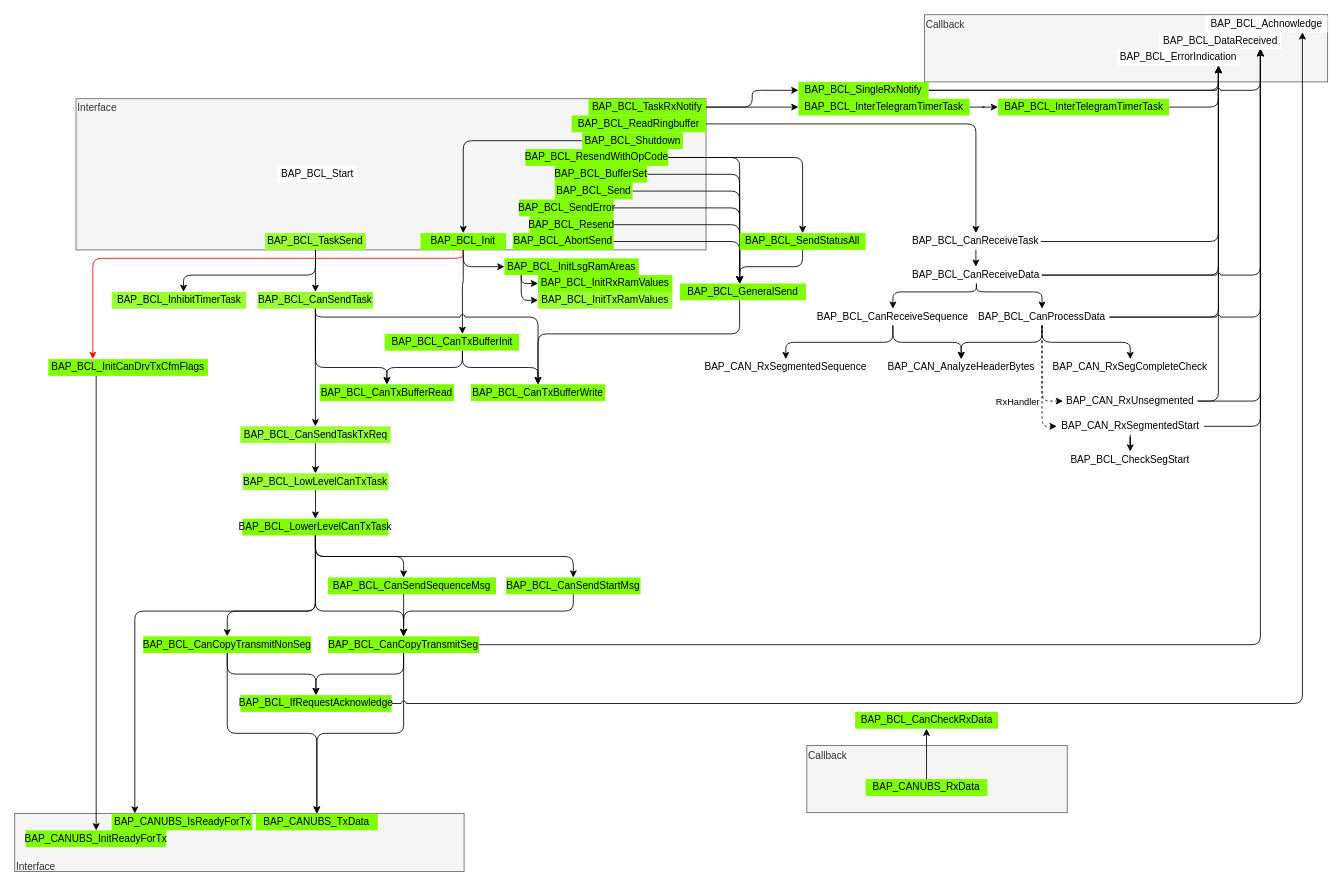
Before: Untitled Diagram.drawio in danielroehrborn/flow-design-cheatsheet, a draw.io diagram. Source tidied: cells renumbered, new cells numbered last; positions are measured from the earlier drawing's top-left corner, leaving out a move shared by most shapes. Both pictures are drawn from the tidied source at 84%, with x=0, y=0 at pixel (14, 14).
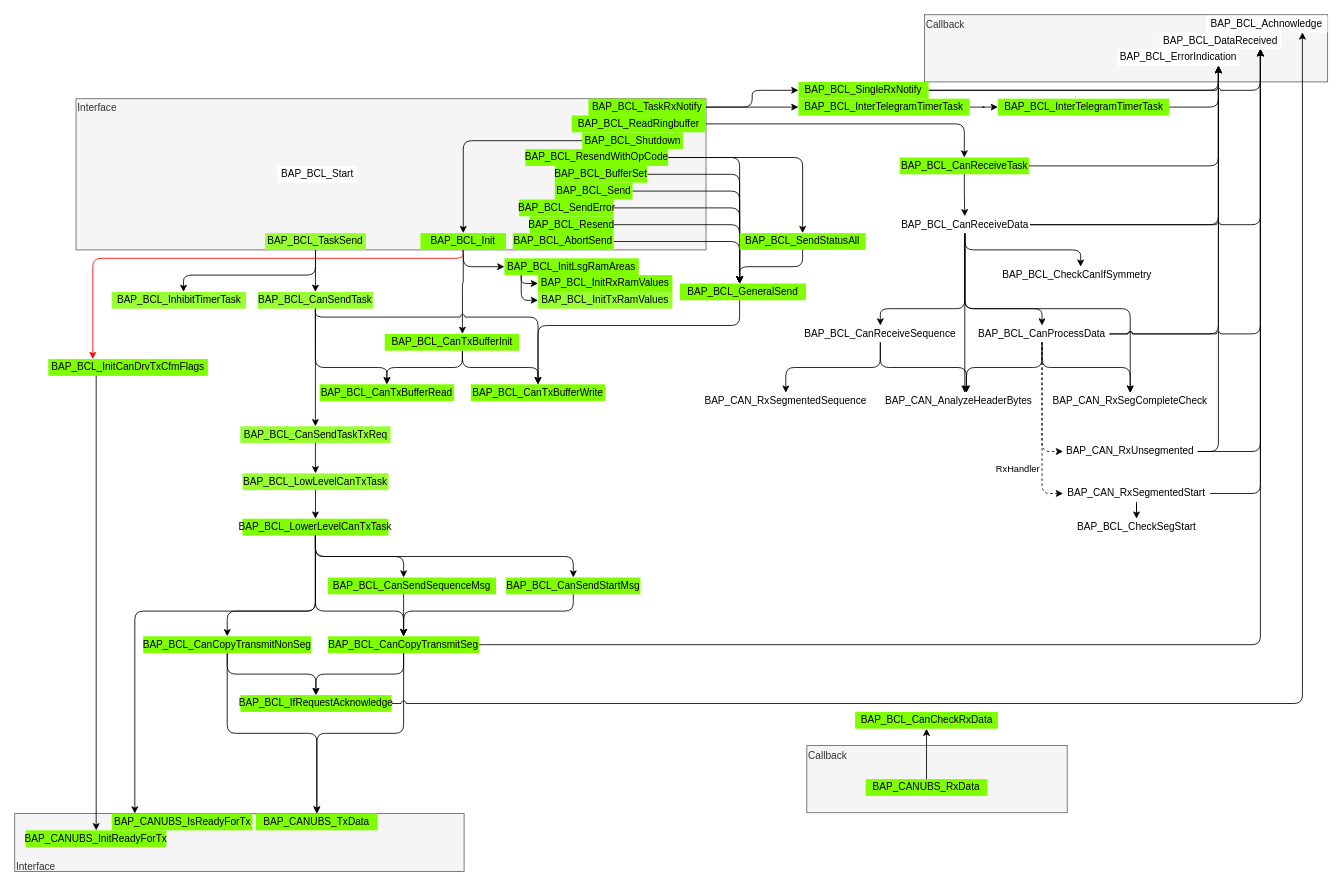
After the change.

Unchanged cells that the change refers to:
```xml
<mxCell id="46" value="BAP_BCL_GeneralSend" style="rounded=0;whiteSpace=wrap;html=1;strokeColor=none;fillColor=#80FF00;" parent="1" vertex="1">
  <mxGeometry x="792" y="320" width="150" height="20" as="geometry" />
</mxCell>
<mxCell id="62" value="BAP_BCL_CanTxBufferWrite" style="rounded=0;whiteSpace=wrap;html=1;strokeColor=none;fillColor=#80FF00;" parent="1" vertex="1">
  <mxGeometry x="543" y="440" width="160" height="20" as="geometry" />
</mxCell>
<mxCell id="83" value="BAP_BCL_ErrorIndication" style="rounded=0;whiteSpace=wrap;html=1;strokeColor=none;" parent="1" vertex="1">
  <mxGeometry x="1313" y="41" width="145" height="20" as="geometry" />
</mxCell>
<mxCell id="84" value="BAP_BCL_DataReceived" style="rounded=0;whiteSpace=wrap;html=1;strokeColor=none;" parent="1" vertex="1">
  <mxGeometry x="1363" y="21" width="145" height="20" as="geometry" />
</mxCell>
```

What changed in the source:
```diff
@@
+    <mxCell id="123" style="edgeStyle=orthogonalEdgeStyle;jumpStyle=none;jumpSize=5;jettySize=auto;html=1;entryX=0.5;entryY=0;entryDx=0;entryDy=0;" parent="1" edge="1" source="102" target="99">
+      <mxGeometry relative="1" as="geometry">
+        <Array as="points">
+          <mxPoint x="1131" y="350" />
+          <mxPoint x="1328" y="350" />
+        </Array>
+      </mxGeometry>
+    </mxCell>
@@
     <mxCell id="31" style="edgeStyle=orthogonalEdgeStyle;rounded=1;jettySize=auto;html=1;" parent="1" edge="1" source="95" target="83">
       <mxGeometry relative="1" as="geometry">
         <Array as="points">
-          <mxPoint x="1433" y="270" />
+          <mxPoint x="1433" y="180" />
         </Array>
       </mxGeometry>
     </mxCell>
     <mxCell id="32" style="edgeStyle=orthogonalEdgeStyle;rounded=1;jettySize=auto;html=1;" parent="1" edge="1" source="102" target="83">
       <mxGeometry relative="1" as="geometry">
         <Array as="points">
-          <mxPoint x="1433" y="310" />
+          <mxPoint x="1433" y="250" />
         </Array>
       </mxGeometry>
     </mxCell>
-    <mxCell id="33" style="edgeStyle=orthogonalEdgeStyle;rounded=1;jettySize=auto;html=1;strokeWidth=1;jumpStyle=none;" parent="1" edge="1" source="97" target="83">
+    <mxCell id="33" style="edgeStyle=orthogonalEdgeStyle;rounded=1;jettySize=auto;html=1;strokeWidth=1;jumpStyle=arc;" parent="1" edge="1" source="97" target="83">
       <mxGeometry relative="1" as="geometry">
         <Array as="points">
-          <mxPoint x="1433" y="360" />
+          <mxPoint x="1433" y="380" />
         </Array>
       </mxGeometry>
     </mxCell>
     <mxCell id="34" style="edgeStyle=orthogonalEdgeStyle;rounded=1;jettySize=auto;html=1;" parent="1" edge="1" source="50" target="84">
       <mxGeometry relative="1" as="geometry">
         <Array as="points">
-          <mxPoint x="1483" y="490" />
+          <mxPoint x="1483" y="570" />
         </Array>
       </mxGeometry>
     </mxCell>
     <mxCell id="35" style="edgeStyle=orthogonalEdgeStyle;rounded=1;jettySize=auto;html=1;" parent="1" edge="1" source="96" target="84">
       <mxGeometry relative="1" as="geometry">
         <Array as="points">
-          <mxPoint x="1483" y="460" />
+          <mxPoint x="1483" y="520" />
         </Array>
       </mxGeometry>
     </mxCell>
     <mxCell id="36" style="edgeStyle=orthogonalEdgeStyle;rounded=1;jettySize=auto;html=1;jumpStyle=none;strokeWidth=1;" parent="1" edge="1" source="96" target="83">
       <mxGeometry relative="1" as="geometry">
         <Array as="points">
-          <mxPoint x="1433" y="460" />
+          <mxPoint x="1433" y="520" />
         </Array>
       </mxGeometry>
     </mxCell>
@@
     <mxCell id="48" style="edgeStyle=orthogonalEdgeStyle;rounded=1;jettySize=auto;html=1;" parent="1" edge="1" source="46" target="62">
       <mxGeometry x="1081" y="-860" as="geometry">
         <Array as="points">
-          <mxPoint x="863" y="380" />
-          <mxPoint x="623" y="380" />
+          <mxPoint x="863" y="370" />
+          <mxPoint x="623" y="370" />
         </Array>
       </mxGeometry>
     </mxCell>
     <mxCell id="49" value="BAP_BCL_CheckSegStart" style="rounded=0;whiteSpace=wrap;html=1;strokeColor=none;" parent="1" vertex="1">
-      <mxGeometry x="1253" y="520" width="150" height="20" as="geometry" />
+      <mxGeometry x="1260.5" y="600" width="150" height="20" as="geometry" />
     </mxCell>
     <mxCell id="50" value="BAP_CAN_RxSegmentedStart" style="rounded=0;whiteSpace=wrap;html=1;strokeColor=none;" parent="1" vertex="1">
-      <mxGeometry x="1240.5" y="480" width="175" height="20" as="geometry" />
+      <mxGeometry x="1248" y="560" width="175" height="20" as="geometry" />
     </mxCell>
@@
     <mxCell id="52" style="edgeStyle=orthogonalEdgeStyle;rounded=1;jettySize=auto;html=1;jumpStyle=none;dashed=1;exitX=0.5;exitY=1;exitDx=0;exitDy=0;entryX=0;entryY=0.5;entryDx=0;entryDy=0;" parent="1" edge="1" source="97" target="50">
       <mxGeometry relative="1" as="geometry">
         <Array as="points">
-          <mxPoint x="1223" y="490" />
+          <mxPoint x="1223" y="570" />
         </Array>
       </mxGeometry>
     </mxCell>
     <mxCell id="53" value="RxHandler" style="edgeLabel;html=1;align=center;verticalAlign=middle;" parent="52" vertex="1">
       <mxGeometry x="-0.44" y="1" relative="1" as="geometry">
-        <mxPoint x="-31" y="51" as="offset" />
+        <mxPoint x="-31" y="93" as="offset" />
       </mxGeometry>
     </mxCell>
@@
     <mxCell id="81" style="edgeStyle=orthogonalEdgeStyle;rounded=1;jumpStyle=arc;jettySize=auto;html=1;strokeWidth=1;jumpSize=5;" parent="1" edge="1" source="97" target="84">
       <mxGeometry relative="1" as="geometry">
         <Array as="points">
-          <mxPoint x="1483" y="360" />
+          <mxPoint x="1483" y="380" />
         </Array>
       </mxGeometry>
     </mxCell>
     <mxCell id="82" style="edgeStyle=orthogonalEdgeStyle;rounded=1;jumpStyle=arc;jettySize=auto;html=1;strokeWidth=1;jumpSize=5;" parent="1" edge="1" source="102" target="84">
       <mxGeometry relative="1" as="geometry">
         <Array as="points">
-          <mxPoint x="1483" y="310" />
+          <mxPoint x="1483" y="250" />
         </Array>
       </mxGeometry>
     </mxCell>
@@
-    <mxCell id="95" value="BAP_BCL_CanReceiveTask" style="rounded=0;whiteSpace=wrap;html=1;strokeColor=none;" parent="1" vertex="1">
-      <mxGeometry x="1067.4" y="260" width="153.8" height="20" as="geometry" />
+    <mxCell id="95" value="BAP_BCL_CanReceiveTask" style="rounded=0;whiteSpace=wrap;html=1;strokeColor=none;fillColor=#80FF00;" parent="1" vertex="1">
+      <mxGeometry x="1053.6" y="170" width="153.8" height="20" as="geometry" />
     </mxCell>
     <mxCell id="96" value="BAP_CAN_RxUnsegmented" style="rounded=0;whiteSpace=wrap;html=1;strokeColor=none;" parent="1" vertex="1">
-      <mxGeometry x="1248" y="450" width="160" height="20" as="geometry" />
+      <mxGeometry x="1248" y="510" width="160" height="20" as="geometry" />
     </mxCell>
     <mxCell id="97" value="BAP_BCL_CanProcessData" style="rounded=0;whiteSpace=wrap;html=1;strokeColor=none;" parent="1" vertex="1">
-      <mxGeometry x="1143" y="350" width="160" height="20" as="geometry" />
+      <mxGeometry x="1143" y="370" width="160" height="20" as="geometry" />
     </mxCell>
     <mxCell id="98" value="BAP_CAN_AnalyzeHeaderBytes" style="rounded=0;whiteSpace=wrap;html=1;strokeColor=none;" parent="1" vertex="1">
-      <mxGeometry x="1041.8" y="410" width="170" height="20" as="geometry" />
+      <mxGeometry x="1038.6" y="450" width="170" height="20" as="geometry" />
     </mxCell>
     <mxCell id="99" value="BAP_CAN_RxSegCompleteCheck" style="rounded=0;whiteSpace=wrap;html=1;strokeColor=none;" parent="1" vertex="1">
-      <mxGeometry x="1238" y="410" width="180" height="20" as="geometry" />
+      <mxGeometry x="1238" y="450" width="180" height="20" as="geometry" />
     </mxCell>
     <mxCell id="100" value="BAP_CAN_RxSegmentedSequence" style="rounded=0;whiteSpace=wrap;html=1;strokeColor=none;" parent="1" vertex="1">
-      <mxGeometry x="813" y="410" width="210" height="20" as="geometry" />
+      <mxGeometry x="813" y="450" width="210" height="20" as="geometry" />
     </mxCell>
     <mxCell id="101" style="edgeStyle=orthogonalEdgeStyle;rounded=1;jettySize=auto;html=1;entryX=0.5;entryY=0;entryDx=0;entryDy=0;" parent="1" edge="1" source="102" target="97">
       <mxGeometry x="375" y="-840" as="geometry">
         <Array as="points">
-          <mxPoint x="1145" y="330" />
-          <mxPoint x="1223" y="330" />
+          <mxPoint x="1131" y="350" />
+          <mxPoint x="1223" y="350" />
         </Array>
       </mxGeometry>
     </mxCell>
+    <mxCell id="124" style="edgeStyle=orthogonalEdgeStyle;jumpStyle=none;jumpSize=5;jettySize=auto;html=1;" parent="1" edge="1" source="102" target="98">
+      <mxGeometry relative="1" as="geometry">
+        <Array as="points">
+          <mxPoint x="1131" y="450" />
+          <mxPoint x="1131" y="450" />
+        </Array>
+      </mxGeometry>
+    </mxCell>
+    <mxCell id="125" style="edgeStyle=orthogonalEdgeStyle;jumpStyle=arc;jumpSize=5;jettySize=auto;html=1;" parent="1" edge="1" source="102" target="126">
+      <mxGeometry relative="1" as="geometry">
+        <Array as="points">
+          <mxPoint x="1131" y="280" />
+          <mxPoint x="1269" y="280" />
+        </Array>
+      </mxGeometry>
+    </mxCell>
     <mxCell id="102" value="BAP_BCL_CanReceiveData" style="rounded=0;whiteSpace=wrap;html=1;strokeColor=none;" parent="1" vertex="1">
-      <mxGeometry x="1067.4" y="300" width="155" height="20" as="geometry" />
+      <mxGeometry x="1053.6" y="240" width="155" height="20" as="geometry" />
     </mxCell>
     <mxCell id="103" value="BAP_BCL_CanReceiveSequence" style="rounded=0;whiteSpace=wrap;html=1;strokeColor=none;" parent="1" vertex="1">
-      <mxGeometry x="948" y="350" width="195" height="20" as="geometry" />
+      <mxGeometry x="933" y="370" width="195" height="20" as="geometry" />
     </mxCell>
-    <mxCell id="104" style="edgeStyle=orthogonalEdgeStyle;rounded=1;jettySize=auto;html=1;entryX=0.5;entryY=0;entryDx=0;entryDy=0;" parent="1" edge="1" source="97" target="98">
-      <mxGeometry x="495" y="-900" as="geometry" />
+    <mxCell id="104" style="edgeStyle=orthogonalEdgeStyle;rounded=1;jettySize=auto;html=1;" parent="1" edge="1" source="97" target="98">
+      <mxGeometry x="495" y="-900" as="geometry">
+        <Array as="points">
+          <mxPoint x="1223" y="420" />
+          <mxPoint x="1133" y="420" />
+        </Array>
+      </mxGeometry>
     </mxCell>
@@
     <mxCell id="106" style="edgeStyle=orthogonalEdgeStyle;rounded=1;jettySize=auto;html=1;entryX=0.5;entryY=0;entryDx=0;entryDy=0;" parent="1" edge="1" source="102" target="103">
       <mxGeometry x="495" y="-900" as="geometry">
         <Array as="points">
-          <mxPoint x="1145" y="330" />
-          <mxPoint x="1046" y="330" />
+          <mxPoint x="1131" y="350" />
+          <mxPoint x="1031" y="350" />
         </Array>
       </mxGeometry>
     </mxCell>
@@
-    <mxCell id="108" style="edgeStyle=orthogonalEdgeStyle;rounded=1;jettySize=auto;html=1;entryX=0.5;entryY=0;entryDx=0;entryDy=0;" parent="1" edge="1" source="103" target="98">
-      <mxGeometry x="495" y="-900" as="geometry" />
+    <mxCell id="108" style="edgeStyle=orthogonalEdgeStyle;rounded=1;jettySize=auto;html=1;" parent="1" edge="1" source="103" target="98">
+      <mxGeometry x="495" y="-900" as="geometry">
+        <Array as="points">
+          <mxPoint x="1031" y="420" />
+          <mxPoint x="1133" y="420" />
+        </Array>
+      </mxGeometry>
     </mxCell>
@@
     <mxCell id="110" style="edgeStyle=orthogonalEdgeStyle;rounded=1;jettySize=auto;html=1;dashed=1;entryX=0;entryY=0.5;entryDx=0;entryDy=0;" parent="1" edge="1" source="97" target="96">
-      <mxGeometry x="375" y="-840" as="geometry">
-        <Array as="points">
-          <mxPoint x="1223" y="460" />
-        </Array>
-      </mxGeometry>
+      <mxGeometry x="375" y="-840" as="geometry" />
     </mxCell>
@@
+    <mxCell id="126" value="BAP_BCL_CheckCanIfSymmetry" style="rounded=0;whiteSpace=wrap;html=1;strokeColor=none;" parent="1" vertex="1">
+      <mxGeometry x="1166.8" y="300" width="196.2" height="20" as="geometry" />
+    </mxCell>
```
